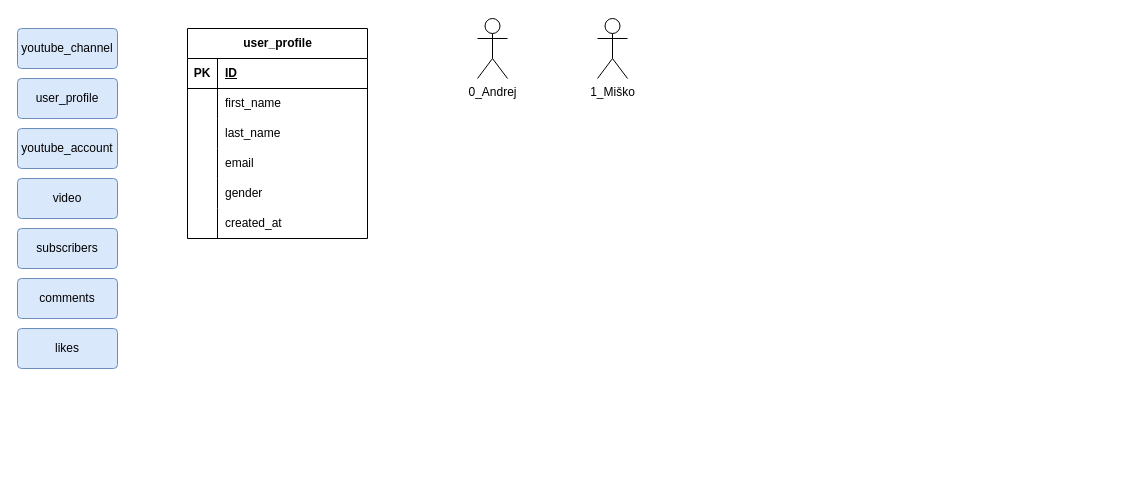
Before: YouTube Database Design.drawio in RenSu92/PHP_osnove, a draw.io diagram. Source tidied: cells renumbered, new cells numbered last; positions are measured from the earlier drawing's top-left corner, leaving out a move shared by most shapes. Both pictures are drawn from the tidied source at 100%, with x=0, y=0 at pixel (17, 18).
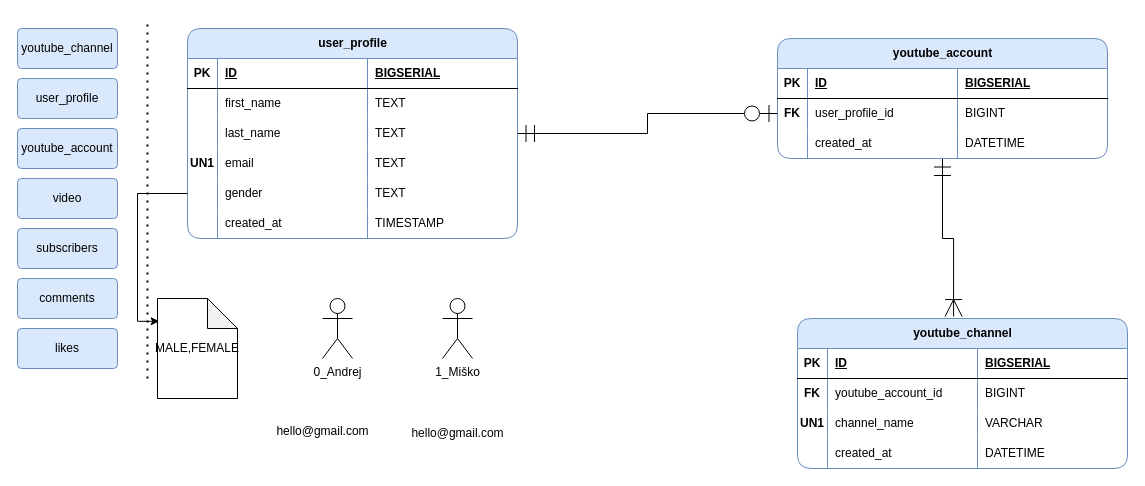
After the change.

Change to the diagram source:
```diff
@@
-    <mxCell id="9" value="user_profile" style="shape=table;startSize=30;childLayout=tableLayout;rowLines=0;fontStyle=1;align=center;html=1;" parent="1" vertex="1">
-      <mxGeometry x="170" y="10" width="180" height="210" as="geometry" />
+    <mxCell id="9" value="user_profile" style="shape=table;startSize=30;childLayout=tableLayout;rowLines=0;fontStyle=1;align=center;html=1;rounded=1;fillColor=#dae8fc;strokeColor=#6c8ebf;shadow=0;" parent="1" vertex="1">
+      <mxGeometry x="170" y="10" width="330" height="210" as="geometry" />
     </mxCell>
     <mxCell id="10" style="shape=tableRow;horizontal=0;startSize=0;swimlaneHead=0;swimlaneBody=0;fillColor=none;top=0;left=0;right=0;bottom=1;" parent="9" vertex="1">
-      <mxGeometry y="30" width="180" height="30" as="geometry" />
+      <mxGeometry y="30" width="330" height="30" as="geometry" />
     </mxCell>
@@
+    <mxCell id="30" value="BIGSERIAL" style="shape=partialRectangle;fillColor=none;top=0;left=0;bottom=0;right=0;align=left;spacingLeft=6;fontStyle=5;overflow=hidden;whiteSpace=wrap;html=1;" parent="10" vertex="1">
+      <mxGeometry x="180" width="150" height="30" as="geometry" />
+    </mxCell>
     <mxCell id="13" style="shape=tableRow;horizontal=0;startSize=0;swimlaneHead=0;swimlaneBody=0;fillColor=none;top=0;left=0;right=0;bottom=0;" parent="9" vertex="1">
-      <mxGeometry y="60" width="180" height="30" as="geometry" />
+      <mxGeometry y="60" width="330" height="30" as="geometry" />
     </mxCell>
@@
+    <mxCell id="31" value="&lt;div&gt;TEXT&lt;/div&gt;" style="shape=partialRectangle;fillColor=none;top=0;left=0;bottom=0;right=0;align=left;spacingLeft=6;overflow=hidden;whiteSpace=wrap;html=1;" parent="13" vertex="1">
+      <mxGeometry x="180" width="150" height="30" as="geometry" />
+    </mxCell>
     <mxCell id="16" style="shape=tableRow;horizontal=0;startSize=0;swimlaneHead=0;swimlaneBody=0;fillColor=none;points=[[0,0.5],[1,0.5]];portConstraint=eastwest;top=0;left=0;right=0;bottom=0;" parent="9" vertex="1">
-      <mxGeometry y="90" width="180" height="30" as="geometry" />
+      <mxGeometry y="90" width="330" height="30" as="geometry" />
     </mxCell>
@@
-    <mxCell id="18" value="last_name" style="shape=partialRectangle;fillColor=none;top=0;left=0;bottom=0;right=0;align=left;spacingLeft=6;overflow=hidden;whiteSpace=wrap;html=1;" parent="16" vertex="1">
+    <mxCell id="18" value="last_name" style="shape=partialRectangle;fillColor=none;top=0;left=0;bottom=0;right=0;align=left;spacingLeft=6;overflow=hidden;whiteSpace=wrap;html=1;strokeColor=default;" parent="16" vertex="1">
       <mxGeometry x="30" width="150" height="30" as="geometry" />
     </mxCell>
+    <mxCell id="32" value="TEXT" style="shape=partialRectangle;fillColor=none;top=0;left=0;bottom=0;right=0;align=left;spacingLeft=6;overflow=hidden;whiteSpace=wrap;html=1;strokeColor=default;" parent="16" vertex="1">
+      <mxGeometry x="180" width="150" height="30" as="geometry" />
+    </mxCell>
     <mxCell id="19" style="shape=tableRow;horizontal=0;startSize=0;swimlaneHead=0;swimlaneBody=0;fillColor=none;top=0;left=0;right=0;bottom=0;" parent="9" vertex="1">
-      <mxGeometry y="120" width="180" height="30" as="geometry" />
+      <mxGeometry y="120" width="330" height="30" as="geometry" />
     </mxCell>
-    <mxCell id="20" style="shape=partialRectangle;fillColor=none;top=0;left=0;bottom=0;right=0;overflow=hidden;whiteSpace=wrap;html=1;" parent="19" vertex="1">
+    <mxCell id="20" value="&lt;div&gt;&lt;b&gt;UN1&lt;/b&gt;&lt;/div&gt;" style="shape=partialRectangle;fillColor=none;top=0;left=0;bottom=0;right=0;overflow=hidden;whiteSpace=wrap;html=1;" parent="19" vertex="1">
       <mxGeometry width="30" height="30" as="geometry" />
     </mxCell>
@@
+    <mxCell id="33" value="TEXT" style="shape=partialRectangle;fillColor=none;top=0;left=0;bottom=0;right=0;align=left;spacingLeft=6;overflow=hidden;whiteSpace=wrap;html=1;" parent="19" vertex="1">
+      <mxGeometry x="180" width="150" height="30" as="geometry" />
+    </mxCell>
     <mxCell id="22" style="shape=tableRow;horizontal=0;startSize=0;swimlaneHead=0;swimlaneBody=0;fillColor=none;points=[[0,0.5],[1,0.5]];portConstraint=eastwest;top=0;left=0;right=0;bottom=0;" parent="9" vertex="1">
-      <mxGeometry y="150" width="180" height="30" as="geometry" />
+      <mxGeometry y="150" width="330" height="30" as="geometry" />
     </mxCell>
@@
+    <mxCell id="34" value="TEXT" style="shape=partialRectangle;fillColor=none;top=0;left=0;bottom=0;right=0;align=left;spacingLeft=6;overflow=hidden;whiteSpace=wrap;html=1;" parent="22" vertex="1">
+      <mxGeometry x="180" width="150" height="30" as="geometry" />
+    </mxCell>
     <mxCell id="25" style="shape=tableRow;horizontal=0;startSize=0;swimlaneHead=0;swimlaneBody=0;fillColor=none;top=0;left=0;right=0;bottom=0;" parent="9" vertex="1">
-      <mxGeometry y="180" width="180" height="30" as="geometry" />
+      <mxGeometry y="180" width="330" height="30" as="geometry" />
     </mxCell>
@@
+    <mxCell id="35" value="TIMESTAMP" style="shape=partialRectangle;fillColor=none;top=0;left=0;bottom=0;right=0;align=left;spacingLeft=6;overflow=hidden;whiteSpace=wrap;html=1;" parent="25" vertex="1">
+      <mxGeometry x="180" width="150" height="30" as="geometry" />
+    </mxCell>
     <mxCell id="28" value="0_Andrej" style="shape=umlActor;verticalLabelPosition=bottom;verticalAlign=top;html=1;" parent="1" vertex="1">
-      <mxGeometry x="460" width="30" height="60" as="geometry" />
+      <mxGeometry x="305" y="280" width="30" height="60" as="geometry" />
     </mxCell>
     <mxCell id="29" value="1_Miško" style="shape=umlActor;verticalLabelPosition=bottom;verticalAlign=top;html=1;" parent="1" vertex="1">
-      <mxGeometry x="580" width="30" height="60" as="geometry" />
+      <mxGeometry x="425" y="280" width="30" height="60" as="geometry" />
     </mxCell>
+    <mxCell id="36" value="&lt;div&gt;hello@gmail.com&lt;/div&gt;" style="text;html=1;align=center;verticalAlign=middle;strokeColor=none;fillColor=none;" parent="1" vertex="1">
+      <mxGeometry x="245" y="398" width="120" height="30" as="geometry" />
+    </mxCell>
+    <mxCell id="37" value="&lt;div&gt;hello@gmail.com&lt;/div&gt;" style="text;html=1;align=center;verticalAlign=middle;strokeColor=none;fillColor=none;" parent="1" vertex="1">
+      <mxGeometry x="380" y="400" width="120" height="30" as="geometry" />
+    </mxCell>
+    <mxCell id="38" value="MALE,FEMALE" style="shape=note;whiteSpace=wrap;html=1;backgroundOutline=1;darkOpacity=0.05;" parent="1" vertex="1">
+      <mxGeometry x="140" y="280" width="80" height="100" as="geometry" />
+    </mxCell>
+    <mxCell id="39" style="edgeStyle=orthogonalEdgeStyle;rounded=0;jettySize=auto;html=1;entryX=0.021;entryY=0.228;entryDx=0;entryDy=0;entryPerimeter=0;" parent="1" edge="1" source="22" target="38">
+      <mxGeometry relative="1" as="geometry">
+        <Array as="points">
+          <mxPoint x="120" y="175" />
+          <mxPoint x="120" y="303" />
+        </Array>
+      </mxGeometry>
+    </mxCell>
+    <mxCell id="40" style="endArrow=none;dashed=1;html=1;dashPattern=1 3;strokeWidth=2;rounded=0;" parent="1" edge="1">
+      <mxGeometry relative="1" as="geometry">
+        <mxPoint x="130" y="360" as="sourcePoint" />
+        <mxPoint x="130" as="targetPoint" />
+      </mxGeometry>
+    </mxCell>
+    <mxCell id="41" style="edgeStyle=orthogonalEdgeStyle;rounded=0;jettySize=auto;html=1;entryX=0.473;entryY=-0.013;entryDx=0;entryDy=0;entryPerimeter=0;endArrow=ERoneToMany;endFill=0;endSize=15;startArrow=ERmandOne;startFill=0;startSize=15;" parent="1" edge="1" source="42" target="55">
+      <mxGeometry relative="1" as="geometry" />
+    </mxCell>
+    <mxCell id="42" value="youtube_account" style="shape=table;startSize=30;childLayout=tableLayout;rowLines=0;fontStyle=1;align=center;html=1;rounded=1;fillColor=#dae8fc;strokeColor=#6c8ebf;shadow=0;" parent="1" vertex="1">
+      <mxGeometry x="760" y="20" width="330" height="120" as="geometry" />
+    </mxCell>
+    <mxCell id="43" style="shape=tableRow;horizontal=0;startSize=0;swimlaneHead=0;swimlaneBody=0;fillColor=none;top=0;left=0;right=0;bottom=1;" parent="42" vertex="1">
+      <mxGeometry y="30" width="330" height="30" as="geometry" />
+    </mxCell>
+    <mxCell id="44" value="PK" style="shape=partialRectangle;fillColor=none;top=0;left=0;bottom=0;right=0;fontStyle=1;overflow=hidden;whiteSpace=wrap;html=1;" parent="43" vertex="1">
+      <mxGeometry width="30" height="30" as="geometry" />
+    </mxCell>
+    <mxCell id="45" value="ID" style="shape=partialRectangle;fillColor=none;top=0;left=0;bottom=0;right=0;align=left;spacingLeft=6;fontStyle=5;overflow=hidden;whiteSpace=wrap;html=1;" parent="43" vertex="1">
+      <mxGeometry x="30" width="150" height="30" as="geometry" />
+    </mxCell>
+    <mxCell id="46" value="BIGSERIAL" style="shape=partialRectangle;fillColor=none;top=0;left=0;bottom=0;right=0;align=left;spacingLeft=6;fontStyle=5;overflow=hidden;whiteSpace=wrap;html=1;" parent="43" vertex="1">
+      <mxGeometry x="180" width="150" height="30" as="geometry" />
+    </mxCell>
+    <mxCell id="47" style="shape=tableRow;horizontal=0;startSize=0;swimlaneHead=0;swimlaneBody=0;fillColor=none;points=[[0,0.5],[1,0.5]];portConstraint=eastwest;top=0;left=0;right=0;bottom=0;" parent="42" vertex="1">
+      <mxGeometry y="60" width="330" height="30" as="geometry" />
+    </mxCell>
+    <mxCell id="48" value="&lt;b&gt;FK&lt;/b&gt;" style="shape=partialRectangle;fillColor=none;top=0;left=0;bottom=0;right=0;overflow=hidden;whiteSpace=wrap;html=1;" parent="47" vertex="1">
+      <mxGeometry width="30" height="30" as="geometry" />
+    </mxCell>
+    <mxCell id="49" value="user_profile_id" style="shape=partialRectangle;fillColor=none;top=0;left=0;bottom=0;right=0;align=left;spacingLeft=6;overflow=hidden;whiteSpace=wrap;html=1;" parent="47" vertex="1">
+      <mxGeometry x="30" width="150" height="30" as="geometry" />
+    </mxCell>
+    <mxCell id="50" value="BIGINT" style="shape=partialRectangle;fillColor=none;top=0;left=0;bottom=0;right=0;align=left;spacingLeft=6;overflow=hidden;whiteSpace=wrap;html=1;" parent="47" vertex="1">
+      <mxGeometry x="180" width="150" height="30" as="geometry" />
+    </mxCell>
+    <mxCell id="51" style="shape=tableRow;horizontal=0;startSize=0;swimlaneHead=0;swimlaneBody=0;fillColor=none;top=0;left=0;right=0;bottom=0;" parent="42" vertex="1">
+      <mxGeometry y="90" width="330" height="30" as="geometry" />
+    </mxCell>
+    <mxCell id="52" style="shape=partialRectangle;fillColor=none;top=0;left=0;bottom=0;right=0;overflow=hidden;whiteSpace=wrap;html=1;" parent="51" vertex="1">
+      <mxGeometry width="30" height="30" as="geometry" />
+    </mxCell>
+    <mxCell id="53" value="created_at" style="shape=partialRectangle;fillColor=none;top=0;left=0;bottom=0;right=0;align=left;spacingLeft=6;overflow=hidden;whiteSpace=wrap;html=1;strokeColor=default;" parent="51" vertex="1">
+      <mxGeometry x="30" width="150" height="30" as="geometry" />
+    </mxCell>
+    <mxCell id="54" value="DATETIME" style="shape=partialRectangle;fillColor=none;top=0;left=0;bottom=0;right=0;align=left;spacingLeft=6;overflow=hidden;whiteSpace=wrap;html=1;strokeColor=default;" parent="51" vertex="1">
+      <mxGeometry x="180" width="150" height="30" as="geometry" />
+    </mxCell>
+    <mxCell id="55" value="youtube_channel" style="shape=table;startSize=30;childLayout=tableLayout;rowLines=0;fontStyle=1;align=center;html=1;rounded=1;fillColor=#dae8fc;strokeColor=#6c8ebf;shadow=0;" parent="1" vertex="1">
+      <mxGeometry x="780" y="300" width="330" height="150" as="geometry" />
+    </mxCell>
+    <mxCell id="56" style="shape=tableRow;horizontal=0;startSize=0;swimlaneHead=0;swimlaneBody=0;fillColor=none;top=0;left=0;right=0;bottom=1;" parent="55" vertex="1">
+      <mxGeometry y="30" width="330" height="30" as="geometry" />
+    </mxCell>
+    <mxCell id="57" value="PK" style="shape=partialRectangle;fillColor=none;top=0;left=0;bottom=0;right=0;fontStyle=1;overflow=hidden;whiteSpace=wrap;html=1;" parent="56" vertex="1">
+      <mxGeometry width="30" height="30" as="geometry" />
+    </mxCell>
+    <mxCell id="58" value="ID" style="shape=partialRectangle;fillColor=none;top=0;left=0;bottom=0;right=0;align=left;spacingLeft=6;fontStyle=5;overflow=hidden;whiteSpace=wrap;html=1;" parent="56" vertex="1">
+      <mxGeometry x="30" width="150" height="30" as="geometry" />
+    </mxCell>
+    <mxCell id="59" value="BIGSERIAL" style="shape=partialRectangle;fillColor=none;top=0;left=0;bottom=0;right=0;align=left;spacingLeft=6;fontStyle=5;overflow=hidden;whiteSpace=wrap;html=1;" parent="56" vertex="1">
+      <mxGeometry x="180" width="150" height="30" as="geometry" />
+    </mxCell>
+    <mxCell id="60" style="shape=tableRow;horizontal=0;startSize=0;swimlaneHead=0;swimlaneBody=0;fillColor=none;top=0;left=0;right=0;bottom=0;" parent="55" vertex="1">
+      <mxGeometry y="60" width="330" height="30" as="geometry" />
+    </mxCell>
+    <mxCell id="61" value="&lt;b&gt;FK&lt;/b&gt;" style="shape=partialRectangle;fillColor=none;top=0;left=0;bottom=0;right=0;overflow=hidden;whiteSpace=wrap;html=1;" parent="60" vertex="1">
+      <mxGeometry width="30" height="30" as="geometry" />
+    </mxCell>
+    <mxCell id="62" value="youtube_account_id" style="shape=partialRectangle;fillColor=none;top=0;left=0;bottom=0;right=0;align=left;spacingLeft=6;overflow=hidden;whiteSpace=wrap;html=1;" parent="60" vertex="1">
+      <mxGeometry x="30" width="150" height="30" as="geometry" />
+    </mxCell>
+    <mxCell id="63" value="BIGINT" style="shape=partialRectangle;fillColor=none;top=0;left=0;bottom=0;right=0;align=left;spacingLeft=6;overflow=hidden;whiteSpace=wrap;html=1;" parent="60" vertex="1">
+      <mxGeometry x="180" width="150" height="30" as="geometry" />
+    </mxCell>
+    <mxCell id="64" style="shape=tableRow;horizontal=0;startSize=0;swimlaneHead=0;swimlaneBody=0;fillColor=none;top=0;left=0;right=0;bottom=0;" parent="55" vertex="1">
+      <mxGeometry y="90" width="330" height="30" as="geometry" />
+    </mxCell>
+    <mxCell id="65" value="&lt;b&gt;UN1&lt;/b&gt;" style="shape=partialRectangle;fillColor=none;top=0;left=0;bottom=0;right=0;overflow=hidden;whiteSpace=wrap;html=1;" parent="64" vertex="1">
+      <mxGeometry width="30" height="30" as="geometry" />
+    </mxCell>
+    <mxCell id="66" value="channel_name" style="shape=partialRectangle;fillColor=none;top=0;left=0;bottom=0;right=0;align=left;spacingLeft=6;overflow=hidden;whiteSpace=wrap;html=1;strokeColor=default;" parent="64" vertex="1">
+      <mxGeometry x="30" width="150" height="30" as="geometry" />
+    </mxCell>
+    <mxCell id="67" value="VARCHAR" style="shape=partialRectangle;fillColor=none;top=0;left=0;bottom=0;right=0;align=left;spacingLeft=6;overflow=hidden;whiteSpace=wrap;html=1;strokeColor=default;" parent="64" vertex="1">
+      <mxGeometry x="180" width="150" height="30" as="geometry" />
+    </mxCell>
+    <mxCell id="68" style="shape=tableRow;horizontal=0;startSize=0;swimlaneHead=0;swimlaneBody=0;fillColor=none;top=0;left=0;right=0;bottom=0;" parent="55" vertex="1">
+      <mxGeometry y="120" width="330" height="30" as="geometry" />
+    </mxCell>
+    <mxCell id="69" style="shape=partialRectangle;fillColor=none;top=0;left=0;bottom=0;right=0;overflow=hidden;whiteSpace=wrap;html=1;" parent="68" vertex="1">
+      <mxGeometry width="30" height="30" as="geometry" />
+    </mxCell>
+    <mxCell id="70" value="created_at" style="shape=partialRectangle;fillColor=none;top=0;left=0;bottom=0;right=0;align=left;spacingLeft=6;overflow=hidden;whiteSpace=wrap;html=1;strokeColor=default;" parent="68" vertex="1">
+      <mxGeometry x="30" width="150" height="30" as="geometry" />
+    </mxCell>
+    <mxCell id="71" value="DATETIME" style="shape=partialRectangle;fillColor=none;top=0;left=0;bottom=0;right=0;align=left;spacingLeft=6;overflow=hidden;whiteSpace=wrap;html=1;strokeColor=default;" parent="68" vertex="1">
+      <mxGeometry x="180" width="150" height="30" as="geometry" />
+    </mxCell>
+    <mxCell id="72" style="edgeStyle=orthogonalEdgeStyle;rounded=0;jettySize=auto;html=1;entryX=0;entryY=0.5;entryDx=0;entryDy=0;strokeColor=default;endArrow=ERzeroToOne;endFill=0;endSize=15;startArrow=ERmandOne;startFill=0;startSize=15;" parent="1" edge="1" source="16" target="47">
+      <mxGeometry relative="1" as="geometry" />
+    </mxCell>
```
